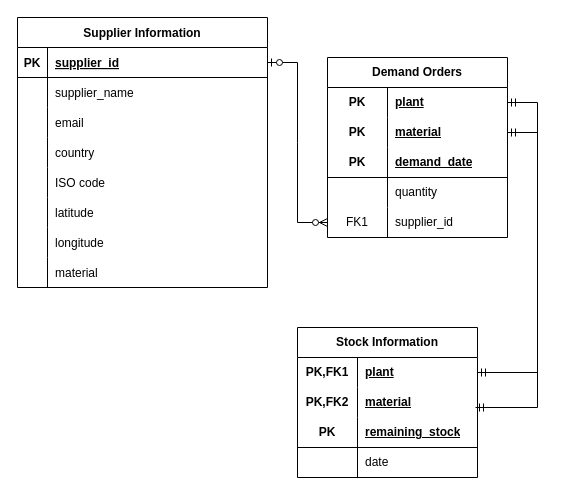
Before: Datasets Diagram.drawio in srf5/BMW_Tasks, a draw.io diagram. Source tidied: cells renumbered, new cells numbered last; positions are measured from the earlier drawing's top-left corner, leaving out a move shared by most shapes. Both pictures are drawn from the tidied source at 100%, with x=0, y=0 at pixel (17, 17).
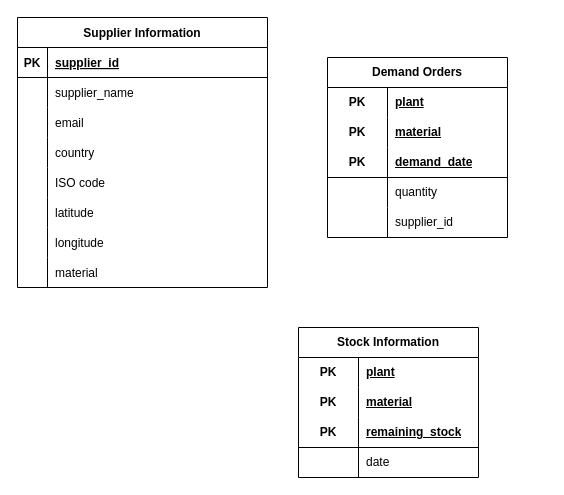
The same diagram, later.

The change refers to these unchanged cells:
```xml
<mxCell id="3" style="shape=partialRectangle;fillColor=none;points=[[0,0.5],[1,0.5]];portConstraint=eastwest;top=0;left=0;right=0;bottom=1;" parent="2" vertex="1">
  <mxGeometry y="30" width="250" height="30" as="geometry" />
</mxCell>
<mxCell id="29" style="shape=tableRow;horizontal=0;startSize=0;swimlaneHead=0;swimlaneBody=0;fillColor=none;points=[[0,0.5],[1,0.5]];portConstraint=eastwest;top=0;left=0;right=0;bottom=0;html=1;" parent="28" vertex="1">
  <mxGeometry y="30" width="180" height="30" as="geometry" />
</mxCell>
<mxCell id="32" style="shape=tableRow;horizontal=0;startSize=0;swimlaneHead=0;swimlaneBody=0;fillColor=none;points=[[0,0.5],[1,0.5]];portConstraint=eastwest;top=0;left=0;right=0;bottom=0;html=1;" parent="28" vertex="1">
  <mxGeometry y="60" width="180" height="30" as="geometry" />
</mxCell>
<mxCell id="41" style="shape=tableRow;horizontal=0;startSize=0;swimlaneHead=0;swimlaneBody=0;fillColor=none;points=[[0,0.5],[1,0.5]];portConstraint=eastwest;top=0;left=0;right=0;bottom=0;html=1;" parent="28" vertex="1">
  <mxGeometry y="150" width="180" height="30" as="geometry" />
</mxCell>
<mxCell id="45" style="shape=tableRow;horizontal=0;startSize=0;swimlaneHead=0;swimlaneBody=0;fillColor=none;points=[[0,0.5],[1,0.5]];portConstraint=eastwest;top=0;left=0;right=0;bottom=0;html=1;" parent="44" vertex="1">
  <mxGeometry y="30" width="180" height="30" as="geometry" />
</mxCell>
<mxCell id="48" style="shape=tableRow;horizontal=0;startSize=0;swimlaneHead=0;swimlaneBody=0;fillColor=none;top=0;left=0;right=0;bottom=0;html=1;" parent="44" vertex="1">
  <mxGeometry y="60" width="180" height="30" as="geometry" />
</mxCell>
```

Diff of the diagram source:
```diff
@@
-    <mxCell id="27" style="edgeStyle=entityRelationEdgeStyle;fontSize=12;html=1;endArrow=ERzeroToMany;startArrow=ERzeroToOne;rounded=0;exitX=1;exitY=0.5;exitDx=0;exitDy=0;entryX=0;entryY=0.5;entryDx=0;entryDy=0;" parent="1" edge="1" source="3" target="41">
-      <mxGeometry relative="1" as="geometry" />
-    </mxCell>
@@
-    <mxCell id="42" value="FK1" style="shape=partialRectangle;fillColor=none;top=0;left=0;bottom=0;right=0;overflow=hidden;html=1;whiteSpace=wrap;" parent="41" vertex="1">
+    <mxCell id="42" style="shape=partialRectangle;fillColor=none;top=0;left=0;bottom=0;right=0;overflow=hidden;html=1;whiteSpace=wrap;" parent="41" vertex="1">
       <mxGeometry width="60" height="30" as="geometry" />
     </mxCell>
@@
     <mxCell id="44" value="Stock Information" style="shape=table;startSize=30;childLayout=tableLayout;rowLines=0;fontStyle=1;align=center;html=1;whiteSpace=wrap;" parent="1" vertex="1">
-      <mxGeometry x="280" y="310" width="180" height="150" as="geometry" />
+      <mxGeometry x="281" y="310" width="180" height="150" as="geometry" />
     </mxCell>
@@
-    <mxCell id="46" value="PK,FK1" style="shape=partialRectangle;fillColor=none;top=0;left=0;bottom=0;right=0;fontStyle=1;overflow=hidden;html=1;whiteSpace=wrap;" parent="45" vertex="1">
+    <mxCell id="46" value="PK" style="shape=partialRectangle;fillColor=none;top=0;left=0;bottom=0;right=0;fontStyle=1;overflow=hidden;html=1;whiteSpace=wrap;" parent="45" vertex="1">
       <mxGeometry width="60" height="30" as="geometry" />
     </mxCell>
@@
-    <mxCell id="49" value="PK,FK2" style="shape=partialRectangle;fillColor=none;top=0;left=0;bottom=0;right=0;fontStyle=1;overflow=hidden;html=1;whiteSpace=wrap;" parent="48" vertex="1">
+    <mxCell id="49" value="PK" style="shape=partialRectangle;fillColor=none;top=0;left=0;bottom=0;right=0;fontStyle=1;overflow=hidden;html=1;whiteSpace=wrap;" parent="48" vertex="1">
       <mxGeometry width="60" height="30" as="geometry" />
     </mxCell>
@@
-    <mxCell id="57" style="edgeStyle=entityRelationEdgeStyle;fontSize=12;html=1;endArrow=ERmandOne;startArrow=ERmandOne;rounded=0;exitX=1;exitY=0.5;exitDx=0;exitDy=0;" parent="1" edge="1" source="45" target="29">
-      <mxGeometry relative="1" as="geometry" />
-    </mxCell>
-    <mxCell id="58" style="edgeStyle=entityRelationEdgeStyle;fontSize=12;html=1;endArrow=ERmandOne;startArrow=ERmandOne;rounded=0;exitX=1;exitY=0.5;exitDx=0;exitDy=0;" parent="1" edge="1" target="32">
-      <mxGeometry relative="1" as="geometry">
-        <mxPoint x="458" y="390" as="sourcePoint" />
-      </mxGeometry>
-    </mxCell>
```
